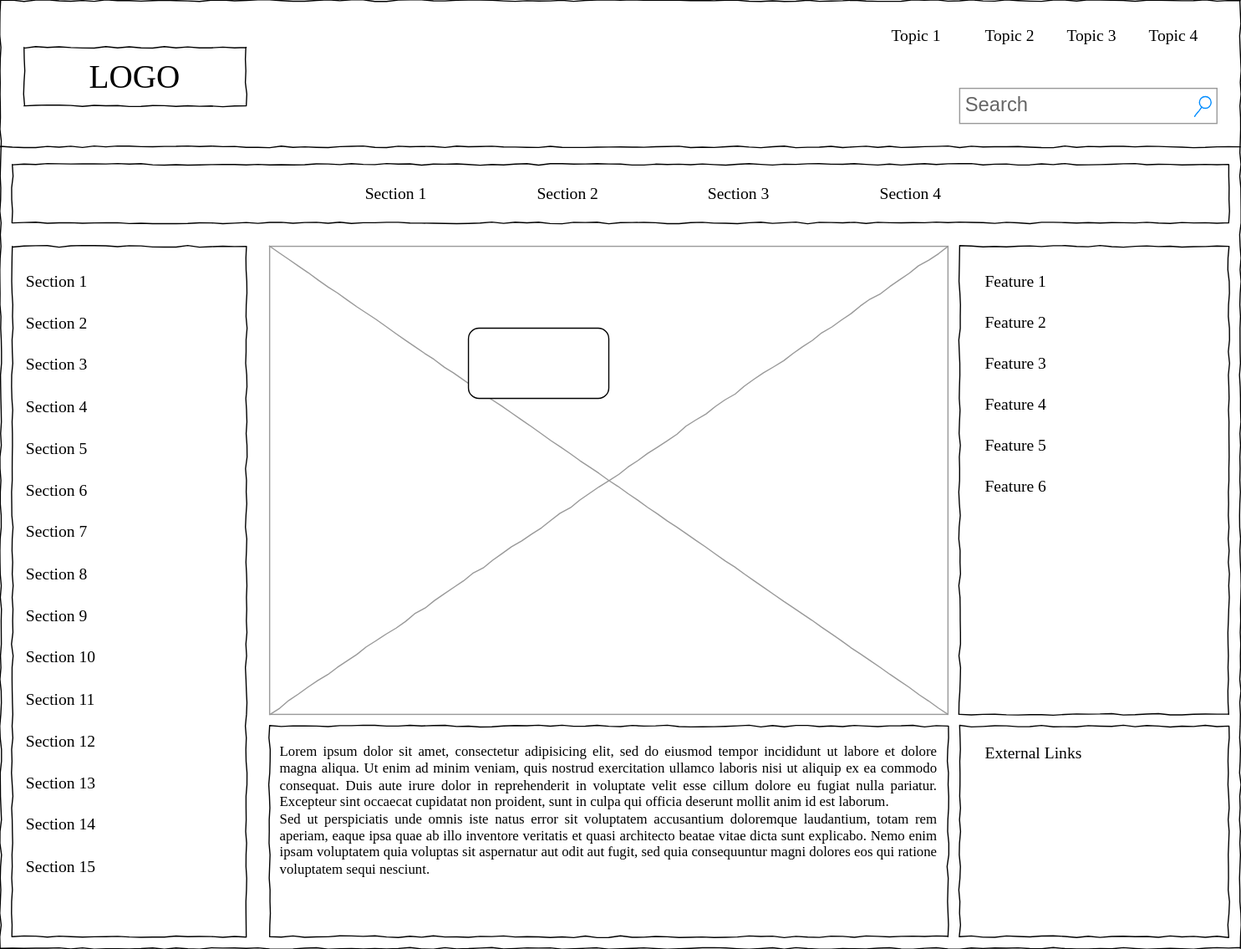
erik-ayala/portfolio keeps this draw.io diagram as MobileWirefram.svg. Above is the earlier version. Source tidied: cells renumbered, new cells last; positions are measured from the earlier drawing's top-left corner, leaving out a move shared by most shapes.
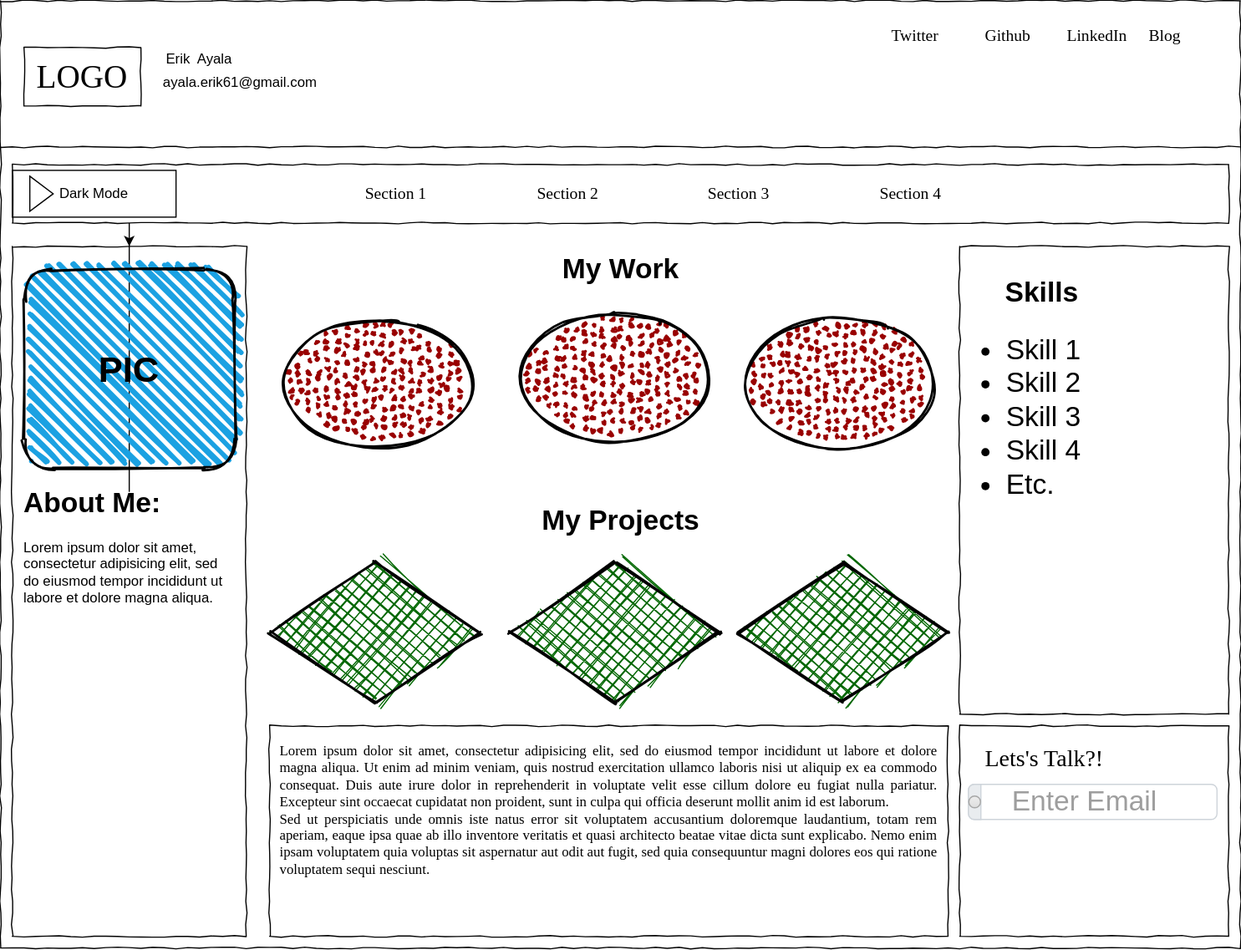
After the commit.

The edit, as a diff of the source:
```diff
@@ -6,21 +6,18 @@
       <mxGeometry width="1060" height="810" as="geometry" />
     </mxCell>
     <mxCell id="3" value="LOGO" style="whiteSpace=wrap;html=1;rounded=0;shadow=0;labelBackgroundColor=none;strokeWidth=1;fontFamily=Verdana;fontSize=28;align=center;comic=1;" parent="1" vertex="1">
-      <mxGeometry x="20" y="40" width="190" height="50" as="geometry" />
+      <mxGeometry x="20" y="40" width="100" height="50" as="geometry" />
     </mxCell>
-    <mxCell id="4" value="Search" style="strokeWidth=1;shadow=0;dashed=0;align=center;html=1;shape=mxgraph.mockup.forms.searchBox;strokeColor=#999999;mainText=;strokeColor2=#008cff;fontColor=#666666;fontSize=17;align=left;spacingLeft=3;rounded=0;labelBackgroundColor=none;comic=1;" parent="1" vertex="1">
-      <mxGeometry x="820" y="75" width="220" height="30" as="geometry" />
-    </mxCell>
-    <mxCell id="5" value="Topic 1" style="text;html=1;align=left;verticalAlign=top;spacingTop=-4;fontSize=14;fontFamily=Verdana;" parent="1" vertex="1">
+    <mxCell id="5" value="Twitter" style="text;html=1;align=left;verticalAlign=top;spacingTop=-4;fontSize=14;fontFamily=Verdana;" parent="1" vertex="1">
       <mxGeometry x="760" y="20" width="60" height="20" as="geometry" />
     </mxCell>
-    <mxCell id="6" value="Topic 2" style="text;html=1;align=left;verticalAlign=top;spacingTop=-4;fontSize=14;fontFamily=Verdana;" parent="1" vertex="1">
+    <mxCell id="6" value="Github" style="text;html=1;align=left;verticalAlign=top;spacingTop=-4;fontSize=14;fontFamily=Verdana;" parent="1" vertex="1">
       <mxGeometry x="840" y="20" width="60" height="20" as="geometry" />
     </mxCell>
-    <mxCell id="7" value="Topic 3" style="text;html=1;align=left;verticalAlign=top;spacingTop=-4;fontSize=14;fontFamily=Verdana;" parent="1" vertex="1">
+    <mxCell id="7" value="LinkedIn" style="text;html=1;align=left;verticalAlign=top;spacingTop=-4;fontSize=14;fontFamily=Verdana;" parent="1" vertex="1">
       <mxGeometry x="910" y="20" width="60" height="20" as="geometry" />
     </mxCell>
-    <mxCell id="8" value="Topic 4" style="text;html=1;align=left;verticalAlign=top;spacingTop=-4;fontSize=14;fontFamily=Verdana;" parent="1" vertex="1">
+    <mxCell id="8" value="Blog" style="text;html=1;align=left;verticalAlign=top;spacingTop=-4;fontSize=14;fontFamily=Verdana;" parent="1" vertex="1">
       <mxGeometry x="980" y="20" width="60" height="20" as="geometry" />
     </mxCell>
     <mxCell id="9" style="whiteSpace=wrap;html=1;rounded=0;shadow=0;labelBackgroundColor=none;strokeWidth=1;fillColor=none;fontFamily=Verdana;fontSize=12;align=center;comic=1;" parent="1" vertex="1">
@@ -47,83 +44,82 @@
     <mxCell id="16" value="&lt;div style=&quot;text-align: justify&quot;&gt;&lt;span&gt;Lorem ipsum dolor sit amet, consectetur adipisicing elit, sed do eiusmod tempor incididunt ut labore et dolore magna aliqua. Ut enim ad minim veniam, quis nostrud exercitation ullamco laboris nisi ut aliquip ex ea commodo consequat. Duis aute irure dolor in reprehenderit in voluptate velit esse cillum dolore eu fugiat nulla pariatur. Excepteur sint occaecat cupidatat non proident, sunt in culpa qui officia deserunt mollit anim id est laborum.&lt;/span&gt;&lt;/div&gt;&lt;div style=&quot;text-align: justify&quot;&gt;&lt;span&gt;Sed ut perspiciatis unde omnis iste natus error sit voluptatem accusantium doloremque laudantium, totam rem aperiam, eaque ipsa quae ab illo inventore veritatis et quasi architecto beatae vitae dicta sunt explicabo. Nemo enim ipsam voluptatem quia voluptas sit aspernatur aut odit aut fugit, sed quia consequuntur magni dolores eos qui ratione voluptatem sequi nesciunt.&amp;nbsp;&lt;/span&gt;&lt;/div&gt;" style="whiteSpace=wrap;html=1;rounded=0;shadow=0;labelBackgroundColor=none;strokeWidth=1;fillColor=none;fontFamily=Verdana;fontSize=12;align=center;verticalAlign=top;spacing=10;comic=1;" parent="1" vertex="1">
       <mxGeometry x="230" y="620" width="580" height="180" as="geometry" />
     </mxCell>
-    <mxCell id="17" style="verticalLabelPosition=bottom;shadow=0;dashed=0;align=center;html=1;verticalAlign=top;strokeWidth=1;shape=mxgraph.mockup.graphics.simpleIcon;strokeColor=#999999;rounded=0;labelBackgroundColor=none;fontFamily=Verdana;fontSize=14;fontColor=#000000;comic=1;" parent="1" vertex="1">
-      <mxGeometry x="230" y="210" width="580" height="400" as="geometry" />
-    </mxCell>
     <mxCell id="18" style="whiteSpace=wrap;html=1;rounded=0;shadow=0;labelBackgroundColor=none;strokeWidth=1;fillColor=none;fontFamily=Verdana;fontSize=12;align=center;comic=1;" parent="1" vertex="1">
       <mxGeometry x="820" y="210" width="230" height="400" as="geometry" />
     </mxCell>
     <mxCell id="19" style="whiteSpace=wrap;html=1;rounded=0;shadow=0;labelBackgroundColor=none;strokeWidth=1;fillColor=none;fontFamily=Verdana;fontSize=12;align=center;comic=1;" parent="1" vertex="1">
       <mxGeometry x="820" y="620" width="230" height="180" as="geometry" />
     </mxCell>
-    <mxCell id="20" value="Section 1" style="text;html=1;align=left;verticalAlign=top;spacingTop=-4;fontSize=14;fontFamily=Verdana;" parent="1" vertex="1">
-      <mxGeometry x="20" y="230" width="170" height="20" as="geometry" />
-    </mxCell>
-    <mxCell id="21" value="Section 2" style="text;html=1;align=left;verticalAlign=top;spacingTop=-4;fontSize=14;fontFamily=Verdana;" parent="1" vertex="1">
-      <mxGeometry x="20" y="266" width="170" height="20" as="geometry" />
-    </mxCell>
-    <mxCell id="22" value="Section 3" style="text;html=1;align=left;verticalAlign=top;spacingTop=-4;fontSize=14;fontFamily=Verdana;" parent="1" vertex="1">
-      <mxGeometry x="20" y="301" width="170" height="20" as="geometry" />
-    </mxCell>
-    <mxCell id="23" value="Section 4" style="text;html=1;align=left;verticalAlign=top;spacingTop=-4;fontSize=14;fontFamily=Verdana;" parent="1" vertex="1">
-      <mxGeometry x="20" y="337" width="170" height="20" as="geometry" />
-    </mxCell>
-    <mxCell id="24" value="Section 7" style="text;html=1;align=left;verticalAlign=top;spacingTop=-4;fontSize=14;fontFamily=Verdana;" parent="1" vertex="1">
-      <mxGeometry x="20" y="444" width="170" height="20" as="geometry" />
-    </mxCell>
-    <mxCell id="25" value="Section 8" style="text;html=1;align=left;verticalAlign=top;spacingTop=-4;fontSize=14;fontFamily=Verdana;" parent="1" vertex="1">
-      <mxGeometry x="20" y="480" width="170" height="20" as="geometry" />
-    </mxCell>
-    <mxCell id="26" value="Section 9" style="text;html=1;align=left;verticalAlign=top;spacingTop=-4;fontSize=14;fontFamily=Verdana;" parent="1" vertex="1">
-      <mxGeometry x="20" y="516" width="170" height="20" as="geometry" />
-    </mxCell>
-    <mxCell id="27" value="Section 10" style="text;html=1;align=left;verticalAlign=top;spacingTop=-4;fontSize=14;fontFamily=Verdana;" parent="1" vertex="1">
-      <mxGeometry x="20" y="551" width="170" height="20" as="geometry" />
-    </mxCell>
-    <mxCell id="28" value="Section 11" style="text;html=1;align=left;verticalAlign=top;spacingTop=-4;fontSize=14;fontFamily=Verdana;" parent="1" vertex="1">
-      <mxGeometry x="20" y="587" width="170" height="20" as="geometry" />
-    </mxCell>
-    <mxCell id="29" value="Section 12" style="text;html=1;align=left;verticalAlign=top;spacingTop=-4;fontSize=14;fontFamily=Verdana;" parent="1" vertex="1">
-      <mxGeometry x="20" y="623" width="170" height="20" as="geometry" />
-    </mxCell>
-    <mxCell id="30" value="Section 13" style="text;html=1;align=left;verticalAlign=top;spacingTop=-4;fontSize=14;fontFamily=Verdana;" parent="1" vertex="1">
-      <mxGeometry x="20" y="659" width="170" height="20" as="geometry" />
-    </mxCell>
-    <mxCell id="31" value="Section 14" style="text;html=1;align=left;verticalAlign=top;spacingTop=-4;fontSize=14;fontFamily=Verdana;" parent="1" vertex="1">
-      <mxGeometry x="20" y="694" width="170" height="20" as="geometry" />
-    </mxCell>
-    <mxCell id="32" value="Section 5" style="text;html=1;align=left;verticalAlign=top;spacingTop=-4;fontSize=14;fontFamily=Verdana;" parent="1" vertex="1">
-      <mxGeometry x="20" y="373" width="170" height="20" as="geometry" />
-    </mxCell>
-    <mxCell id="33" value="Section 6" style="text;html=1;align=left;verticalAlign=top;spacingTop=-4;fontSize=14;fontFamily=Verdana;" parent="1" vertex="1">
-      <mxGeometry x="20" y="409" width="170" height="20" as="geometry" />
-    </mxCell>
-    <mxCell id="34" value="Section 15" style="text;html=1;align=left;verticalAlign=top;spacingTop=-4;fontSize=14;fontFamily=Verdana;" parent="1" vertex="1">
-      <mxGeometry x="20" y="730" width="170" height="20" as="geometry" />
-    </mxCell>
-    <mxCell id="35" value="External Links" style="text;html=1;align=left;verticalAlign=top;spacingTop=-4;fontSize=14;fontFamily=Verdana;" parent="1" vertex="1">
+    <mxCell id="35" value="Lets's Talk?!" style="text;html=1;align=left;verticalAlign=top;spacingTop=-4;fontSize=20;fontFamily=Verdana;" parent="1" vertex="1">
       <mxGeometry x="840" y="633" width="170" height="20" as="geometry" />
     </mxCell>
-    <mxCell id="36" value="Feature 1" style="text;html=1;align=left;verticalAlign=top;spacingTop=-4;fontSize=14;fontFamily=Verdana;" parent="1" vertex="1">
-      <mxGeometry x="840" y="230" width="170" height="20" as="geometry" />
-    </mxCell>
-    <mxCell id="37" value="Feature 2" style="text;html=1;align=left;verticalAlign=top;spacingTop=-4;fontSize=14;fontFamily=Verdana;" parent="1" vertex="1">
-      <mxGeometry x="840" y="265" width="170" height="20" as="geometry" />
-    </mxCell>
-    <mxCell id="38" value="Feature 3" style="text;html=1;align=left;verticalAlign=top;spacingTop=-4;fontSize=14;fontFamily=Verdana;" parent="1" vertex="1">
-      <mxGeometry x="840" y="300" width="170" height="20" as="geometry" />
-    </mxCell>
-    <mxCell id="39" value="Feature 4" style="text;html=1;align=left;verticalAlign=top;spacingTop=-4;fontSize=14;fontFamily=Verdana;" parent="1" vertex="1">
-      <mxGeometry x="840" y="335" width="170" height="20" as="geometry" />
-    </mxCell>
-    <mxCell id="40" value="Feature 5" style="text;html=1;align=left;verticalAlign=top;spacingTop=-4;fontSize=14;fontFamily=Verdana;" parent="1" vertex="1">
-      <mxGeometry x="840" y="370" width="170" height="20" as="geometry" />
-    </mxCell>
-    <mxCell id="41" value="Feature 6" style="text;html=1;align=left;verticalAlign=top;spacingTop=-4;fontSize=14;fontFamily=Verdana;" parent="1" vertex="1">
-      <mxGeometry x="840" y="405" width="170" height="20" as="geometry" />
-    </mxCell>
-    <mxCell id="42" style="rounded=1;whiteSpace=wrap;html=1;" parent="1" vertex="1">
-      <mxGeometry x="400" y="280" width="120" height="60" as="geometry" />
-    </mxCell>
+    <mxCell id="43" value="Erik&amp;nbsp; Ayala" style="text;html=1;strokeColor=none;fillColor=none;align=center;verticalAlign=middle;whiteSpace=wrap;rounded=0;" parent="1" vertex="1">
+      <mxGeometry x="130" y="40" width="80" height="20" as="geometry" />
+    </mxCell>
+    <mxCell id="44" value="ayala.erik61@gmail.com" style="text;html=1;strokeColor=none;fillColor=none;align=center;verticalAlign=middle;whiteSpace=wrap;rounded=0;" parent="1" vertex="1">
+      <mxGeometry x="130" y="60" width="150" height="20" as="geometry" />
+    </mxCell>
+    <mxCell id="45" style="edgeStyle=orthogonalEdgeStyle;rounded=0;jettySize=auto;html=1;" parent="1" edge="1" source="46" target="9">
+      <mxGeometry relative="1" as="geometry" />
+    </mxCell>
+    <mxCell id="46" style="rounded=1;whiteSpace=wrap;html=1;strokeWidth=2;fillWeight=4;hachureGap=8;hachureAngle=45;fillColor=#1ba1e2;sketch=1;" parent="1" vertex="1">
+      <mxGeometry x="20" y="230" width="180" height="170" as="geometry" />
+    </mxCell>
+    <mxCell id="47" value="&lt;font size=&quot;1&quot;&gt;&lt;b style=&quot;font-size: 31px&quot;&gt;PIC&lt;/b&gt;&lt;/font&gt;" style="text;html=1;align=center;verticalAlign=middle;whiteSpace=wrap;rounded=0;" parent="1" vertex="1">
+      <mxGeometry x="45" y="240" width="130" height="150" as="geometry" />
+    </mxCell>
+    <mxCell id="48" value="&lt;h1&gt;About Me:&lt;/h1&gt;&lt;p&gt;Lorem ipsum dolor sit amet, consectetur adipisicing elit, sed do eiusmod tempor incididunt ut labore et dolore magna aliqua.&lt;/p&gt;" style="text;html=1;strokeColor=none;fillColor=none;spacing=5;spacingTop=-20;whiteSpace=wrap;overflow=hidden;rounded=0;fontColor=#000000;" parent="1" vertex="1">
+      <mxGeometry x="15" y="410" width="190" height="120" as="geometry" />
+    </mxCell>
+    <mxCell id="49" value="My Work" style="text;strokeColor=none;fillColor=none;html=1;fontSize=24;fontStyle=1;verticalAlign=middle;align=center;fontColor=#000000;" parent="1" vertex="1">
+      <mxGeometry x="480" y="210" width="100" height="40" as="geometry" />
+    </mxCell>
+    <mxCell id="50" style="ellipse;whiteSpace=wrap;html=1;strokeWidth=2;fillWeight=2;hachureGap=8;fillColor=#990000;fillStyle=dots;sketch=1;fontColor=#000000;" parent="1" vertex="1">
+      <mxGeometry x="245" y="275" width="155" height="105" as="geometry" />
+    </mxCell>
+    <mxCell id="51" style="ellipse;whiteSpace=wrap;html=1;strokeWidth=2;fillWeight=2;hachureGap=8;fillColor=#990000;fillStyle=dots;sketch=1;fontColor=#000000;" parent="1" vertex="1">
+      <mxGeometry x="448" y="265" width="155" height="115" as="geometry" />
+    </mxCell>
+    <mxCell id="52" style="ellipse;whiteSpace=wrap;html=1;strokeWidth=2;fillWeight=2;hachureGap=8;fillColor=#990000;fillStyle=dots;sketch=1;fontColor=#000000;" parent="1" vertex="1">
+      <mxGeometry x="640" y="270" width="155" height="115" as="geometry" />
+    </mxCell>
+    <mxCell id="53" style="rhombus;whiteSpace=wrap;html=1;strokeWidth=2;fillWeight=-1;hachureGap=8;fillStyle=cross-hatch;fillColor=#006600;sketch=1;fontColor=#000000;" parent="1" vertex="1">
+      <mxGeometry x="230" y="480" width="180" height="120" as="geometry" />
+    </mxCell>
+    <mxCell id="54" style="rhombus;whiteSpace=wrap;html=1;strokeWidth=2;fillWeight=-1;hachureGap=8;fillStyle=cross-hatch;fillColor=#006600;sketch=1;fontColor=#000000;" parent="1" vertex="1">
+      <mxGeometry x="435.5" y="480" width="180" height="120" as="geometry" />
+    </mxCell>
+    <mxCell id="55" style="rhombus;whiteSpace=wrap;html=1;strokeWidth=2;fillWeight=-1;hachureGap=8;fillStyle=cross-hatch;fillColor=#006600;sketch=1;fontColor=#000000;" parent="1" vertex="1">
+      <mxGeometry x="630" y="480" width="180" height="120" as="geometry" />
+    </mxCell>
+    <mxCell id="56" value="My Projects" style="text;strokeColor=none;fillColor=none;html=1;fontSize=24;fontStyle=1;verticalAlign=middle;align=center;fontColor=#000000;" parent="1" vertex="1">
+      <mxGeometry x="480" y="425" width="100" height="40" as="geometry" />
+    </mxCell>
+    <mxCell id="57" value="Dark Mode" style="html=1;whiteSpace=wrap;fontColor=#000000;strokeColor=#000000;fillColor=none;" parent="1" vertex="1">
+      <mxGeometry x="10" y="145" width="140" height="40" as="geometry" />
+    </mxCell>
+    <mxCell id="58" style="triangle;html=1;whiteSpace=wrap;" parent="57" vertex="1">
+      <mxGeometry x="15" y="5" width="20" height="30" as="geometry" />
+    </mxCell>
+    <mxCell id="59" value="&lt;ul style=&quot;font-size: 24px;&quot;&gt;&lt;li style=&quot;font-size: 24px;&quot;&gt;Skill 1&lt;/li&gt;&lt;li style=&quot;font-size: 24px;&quot;&gt;Skill 2&lt;/li&gt;&lt;li style=&quot;font-size: 24px;&quot;&gt;Skill 3&lt;/li&gt;&lt;li style=&quot;font-size: 24px;&quot;&gt;Skill 4&lt;/li&gt;&lt;li style=&quot;font-size: 24px;&quot;&gt;Etc.&lt;/li&gt;&lt;/ul&gt;" style="text;strokeColor=none;fillColor=none;html=1;whiteSpace=wrap;verticalAlign=middle;overflow=hidden;fontColor=#000000;fontSize=24;spacing=0;" parent="1" vertex="1">
+      <mxGeometry x="820" y="260" width="200" height="180" as="geometry" />
+    </mxCell>
+    <mxCell id="60" value="Skills" style="text;strokeColor=none;fillColor=none;html=1;fontSize=24;fontStyle=1;verticalAlign=middle;align=center;fontColor=#000000;" parent="1" vertex="1">
+      <mxGeometry x="840" y="230" width="100" height="40" as="geometry" />
+    </mxCell>
+    <mxCell id="61" style="html=1;shadow=0;dashed=0;shape=mxgraph.bootstrap.rrect;rSize=5;strokeColor=#CED4DA;html=1;whiteSpace=wrap;fillColor=#FFFFFF;fontColor=#7D868C;align=left;spacing=15;spacingLeft=40;fontSize=14;" parent="1" vertex="1">
+      <mxGeometry x="827.5" y="670" width="212.5" height="30" as="geometry" />
+    </mxCell>
+    <mxCell id="62" style="html=1;shadow=0;dashed=0;shape=mxgraph.bootstrap.leftButton;strokeColor=inherit;gradientColor=inherit;fontColor=inherit;fillColor=#E9ECEF;rSize=5;perimeter=none;whiteSpace=wrap;fontSize=14;" parent="61" vertex="1">
+      <mxGeometry width="10.6" height="30" as="geometry" />
+    </mxCell>
+    <mxCell id="63" style="html=1;shadow=0;dashed=0;shape=mxgraph.bootstrap.radioButton2;labelPosition=right;verticalLabelPosition=middle;align=left;verticalAlign=middle;gradientColor=#DEDEDE;fillColor=#EDEDED;strokeColor=#A6A6A6;checked=0;spacing=5;checkedFill=#0085FC;checkedStroke=#ffffff;" parent="62" vertex="1">
+      <mxGeometry x="0.5" y="0.5" width="10" height="10" relative="1" as="geometry">
+        <mxPoint x="-5" y="-5" as="offset" />
+      </mxGeometry>
+    </mxCell>
+    <mxCell id="64" value="Enter Email" style="text;html=1;strokeColor=none;fillColor=none;align=center;verticalAlign=middle;whiteSpace=wrap;rounded=0;fontSize=24;fontColor=#9E9E9E;" parent="61" vertex="1">
+      <mxGeometry x="10.6" y="5" width="177.5" height="20" as="geometry" />
+    </mxCell>
   </root>
 </mxGraphModel>
```
